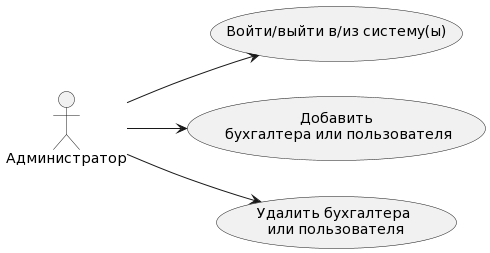
MiFit1/OSOGO keeps this PlantUML diagram as Resource/Диаграммы вариантов использования/Администратор (Основные возможност).png. Above is the earlier version.
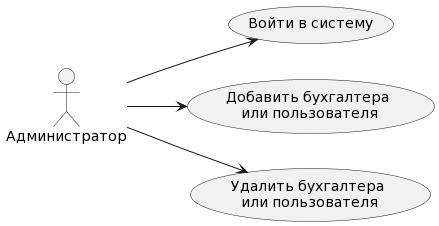
The same file after the commit.

What changed in the source:
```diff
@@ -3,8 +3,8 @@
 
 actor "Администратор" as fc
 
-usecase "Войти/выйти в/из систему(ы)" as UC1
-usecase "Добавить\n бухгалтера или пользователя" as UC2
+usecase "Войти в систему" as UC1
+usecase "Добавить бухгалтера\n или пользователя" as UC2
 usecase "Удалить бухгалтера\n или пользователя" as UC3
 
 fc --> UC1
```
